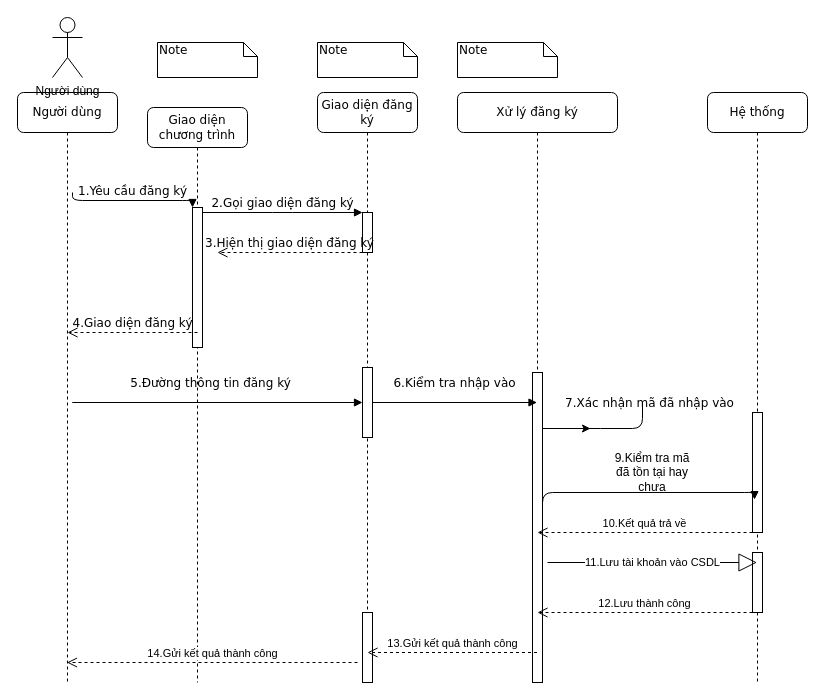
This is Untitled Diagram.drawio from nguyennhung520/Nhung, a draw.io file, before an edit. Source tidied: cells renumbered, new cells numbered last; positions are measured from the earlier drawing's top-left corner, leaving out a move shared by most shapes. Both pictures are drawn from the tidied source at 100%, with x=0, y=0 at pixel (17, 17).
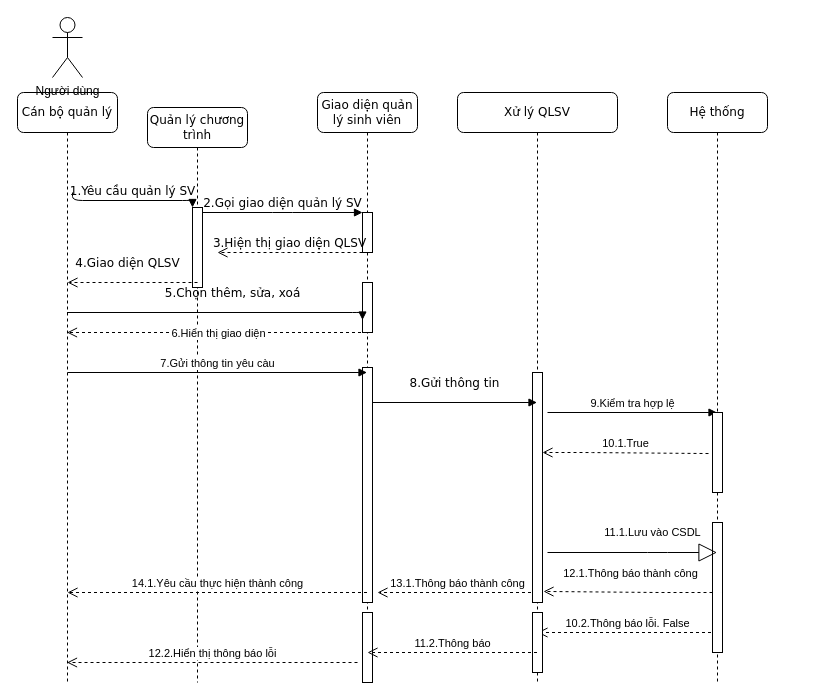
After the change.

Unchanged cells that the change refers to:
```xml
<mxCell id="5" style="html=1;points=[];perimeter=orthogonalPerimeter;rounded=0;shadow=0;comic=0;labelBackgroundColor=none;strokeWidth=1;fontFamily=Verdana;fontSize=12;align=center;" parent="4" vertex="1">
  <mxGeometry x="45" y="120" width="10" height="40" as="geometry" />
</mxCell>
```

Diff of the diagram source:
```diff
@@
-    <mxCell id="2" value="Giao diện chương trình" style="shape=umlLifeline;perimeter=lifelinePerimeter;whiteSpace=wrap;html=1;outlineConnect=0;rounded=1;shadow=0;comic=0;labelBackgroundColor=none;strokeWidth=1;fontFamily=Verdana;fontSize=12;align=center;" parent="1" vertex="1">
+    <mxCell id="2" value="Quản lý chương trình" style="shape=umlLifeline;perimeter=lifelinePerimeter;whiteSpace=wrap;html=1;outlineConnect=0;rounded=1;shadow=0;comic=0;labelBackgroundColor=none;strokeWidth=1;fontFamily=Verdana;fontSize=12;align=center;" parent="1" vertex="1">
       <mxGeometry x="130" y="90" width="100" height="575" as="geometry" />
     </mxCell>
     <mxCell id="3" style="html=1;points=[];perimeter=orthogonalPerimeter;rounded=0;shadow=0;comic=0;labelBackgroundColor=none;strokeWidth=1;fontFamily=Verdana;fontSize=12;align=center;" parent="2" vertex="1">
-      <mxGeometry x="45" y="100" width="10" height="140" as="geometry" />
+      <mxGeometry x="45" y="100" width="10" height="80" as="geometry" />
     </mxCell>
-    <mxCell id="4" value="Giao diện đăng ký" style="shape=umlLifeline;perimeter=lifelinePerimeter;whiteSpace=wrap;html=1;outlineConnect=0;rounded=1;shadow=0;comic=0;labelBackgroundColor=none;strokeWidth=1;fontFamily=Verdana;fontSize=12;align=center;" parent="1" vertex="1">
+    <mxCell id="4" value="Giao diện quản lý sinh viên" style="shape=umlLifeline;perimeter=lifelinePerimeter;whiteSpace=wrap;html=1;outlineConnect=0;rounded=1;shadow=0;comic=0;labelBackgroundColor=none;strokeWidth=1;fontFamily=Verdana;fontSize=12;align=center;" parent="1" vertex="1">
       <mxGeometry x="300" y="75" width="100" height="590" as="geometry" />
     </mxCell>
@@
     <mxCell id="6" style="html=1;points=[];perimeter=orthogonalPerimeter;rounded=0;shadow=0;comic=0;labelBackgroundColor=none;strokeWidth=1;fontFamily=Verdana;fontSize=12;align=center;" parent="4" vertex="1">
-      <mxGeometry x="45" y="275" width="10" height="70" as="geometry" />
+      <mxGeometry x="45" y="275" width="10" height="235" as="geometry" />
     </mxCell>
@@
+    <mxCell id="32" style="html=1;points=[];perimeter=orthogonalPerimeter;rounded=0;shadow=0;comic=0;labelBackgroundColor=none;strokeWidth=1;fontFamily=Verdana;fontSize=12;align=center;" parent="4" vertex="1">
+      <mxGeometry x="45" y="190" width="10" height="50" as="geometry" />
+    </mxCell>
+    <mxCell id="33" value="13.1.Thông báo thành công" style="html=1;verticalAlign=bottom;endArrow=open;dashed=1;endSize=8;" parent="4" edge="1" source="8">
+      <mxGeometry relative="1" as="geometry">
+        <mxPoint x="60" y="500" as="targetPoint" />
+      </mxGeometry>
+    </mxCell>
-    <mxCell id="8" value="Xử lý đăng ký" style="shape=umlLifeline;perimeter=lifelinePerimeter;whiteSpace=wrap;html=1;outlineConnect=0;rounded=1;shadow=0;comic=0;labelBackgroundColor=none;strokeWidth=1;fontFamily=Verdana;fontSize=12;align=center;" parent="1" vertex="1">
+    <mxCell id="8" value="Xử lý QLSV" style="shape=umlLifeline;perimeter=lifelinePerimeter;whiteSpace=wrap;html=1;outlineConnect=0;rounded=1;shadow=0;comic=0;labelBackgroundColor=none;strokeWidth=1;fontFamily=Verdana;fontSize=12;align=center;" parent="1" vertex="1">
       <mxGeometry x="440" y="75" width="160" height="590" as="geometry" />
     </mxCell>
     <mxCell id="9" style="html=1;points=[];perimeter=orthogonalPerimeter;rounded=0;shadow=0;comic=0;labelBackgroundColor=none;strokeWidth=1;fontFamily=Verdana;fontSize=12;align=center;" parent="8" vertex="1">
-      <mxGeometry x="75" y="280" width="10" height="310" as="geometry" />
+      <mxGeometry x="75" y="280" width="10" height="230" as="geometry" />
     </mxCell>
-    <mxCell id="10" value="10.Kết quả trả về" style="html=1;verticalAlign=bottom;endArrow=open;dashed=1;endSize=8;" parent="8" edge="1" source="12">
-      <mxGeometry relative="1" as="geometry">
-        <mxPoint x="80" y="440" as="targetPoint" />
-      </mxGeometry>
-    </mxCell>
+    <mxCell id="34" value="9.Kiểm tra hợp lệ" style="html=1;verticalAlign=bottom;endArrow=block;" parent="8" edge="1" target="11">
+      <mxGeometry relative="1" as="geometry">
+        <mxPoint x="90" y="320" as="sourcePoint" />
+      </mxGeometry>
+    </mxCell>
+    <mxCell id="35" value="10.2.Thông báo lỗi. False" style="html=1;verticalAlign=bottom;endArrow=open;dashed=1;endSize=8;" parent="8" edge="1" source="11">
+      <mxGeometry relative="1" as="geometry">
+        <mxPoint x="80" y="540" as="targetPoint" />
+      </mxGeometry>
+    </mxCell>
+    <mxCell id="36" style="html=1;perimeter=orthogonalPerimeter;rounded=0;shadow=0;comic=0;labelBackgroundColor=none;strokeWidth=1;fontFamily=Verdana;fontSize=12;align=center;" parent="8" vertex="1">
+      <mxGeometry x="75" y="520" width="10" height="60" as="geometry" />
+    </mxCell>
     <mxCell id="11" value="Hệ thống" style="shape=umlLifeline;perimeter=lifelinePerimeter;whiteSpace=wrap;html=1;outlineConnect=0;rounded=1;shadow=0;comic=0;labelBackgroundColor=none;strokeWidth=1;fontFamily=Verdana;fontSize=12;align=center;" parent="1" vertex="1">
-      <mxGeometry x="690" y="75" width="100" height="590" as="geometry" />
+      <mxGeometry x="650" y="75" width="100" height="590" as="geometry" />
     </mxCell>
     <mxCell id="12" style="html=1;points=[];perimeter=orthogonalPerimeter;rounded=0;shadow=0;comic=0;labelBackgroundColor=none;strokeWidth=1;fontFamily=Verdana;fontSize=12;align=center;" parent="11" vertex="1">
-      <mxGeometry x="45" y="320" width="10" height="120" as="geometry" />
+      <mxGeometry x="45" y="320" width="10" height="80" as="geometry" />
     </mxCell>
+    <mxCell id="28" style="html=1;points=[];perimeter=orthogonalPerimeter;rounded=0;shadow=0;comic=0;labelBackgroundColor=none;strokeWidth=1;fontFamily=Verdana;fontSize=12;align=center;" parent="11" vertex="1">
+      <mxGeometry x="45" y="430" width="10" height="130" as="geometry" />
+    </mxCell>
-    <mxCell id="13" value="Người dùng" style="shape=umlLifeline;perimeter=lifelinePerimeter;whiteSpace=wrap;html=1;outlineConnect=0;rounded=1;shadow=0;comic=0;labelBackgroundColor=none;strokeWidth=1;fontFamily=Verdana;fontSize=12;align=center;" parent="1" vertex="1">
+    <mxCell id="13" value="Cán bộ quản lý" style="shape=umlLifeline;perimeter=lifelinePerimeter;whiteSpace=wrap;html=1;outlineConnect=0;rounded=1;shadow=0;comic=0;labelBackgroundColor=none;strokeWidth=1;fontFamily=Verdana;fontSize=12;align=center;" parent="1" vertex="1">
       <mxGeometry y="75" width="100" height="590" as="geometry" />
     </mxCell>
-    <mxCell id="14" value="14.Gửi kết quả thành công" style="html=1;verticalAlign=bottom;endArrow=open;dashed=1;endSize=8;" parent="13" edge="1" target="13">
+    <mxCell id="14" value="12.2.Hiển thị thông báo lỗi" style="html=1;verticalAlign=bottom;endArrow=open;dashed=1;endSize=8;" parent="13" edge="1" target="13">
       <mxGeometry relative="1" as="geometry">
         <mxPoint x="340" y="570" as="sourcePoint" />
       </mxGeometry>
     </mxCell>
-    <mxCell id="15" value="7.Xác nhận mã đã nhập vào" style="html=1;verticalAlign=bottom;endArrow=block;labelBackgroundColor=none;fontFamily=Verdana;fontSize=12;edgeStyle=elbowEdgeStyle;elbow=vertical;exitX=1;exitY=0.501;exitDx=0;exitDy=0;exitPerimeter=0;entryX=0.47;entryY=0.69;entryDx=0;entryDy=0;entryPerimeter=0;" parent="1" edge="1" source="9" target="11">
-      <mxGeometry x="0.12" y="80" relative="1" as="geometry">
-        <Array as="points">
-          <mxPoint x="520" y="475" />
-        </Array>
-      </mxGeometry>
-    </mxCell>
+    <mxCell id="37" value="7.Gửi thông tin yêu càu" style="html=1;verticalAlign=bottom;endArrow=block;" parent="13" edge="1" target="4">
+      <mxGeometry relative="1" as="geometry">
+        <mxPoint x="50" y="280" as="sourcePoint" />
+      </mxGeometry>
+    </mxCell>
+    <mxCell id="38" value="14.1.Yêu cầu thực hiện thành công" style="html=1;verticalAlign=bottom;endArrow=open;dashed=1;endSize=8;" parent="13" edge="1" source="4">
+      <mxGeometry relative="1" as="geometry">
+        <mxPoint x="50" y="500" as="targetPoint" />
+      </mxGeometry>
+    </mxCell>
-    <mxCell id="16" value="1.Yêu cầu đăng ký" style="html=1;verticalAlign=bottom;endArrow=block;entryX=0;entryY=0;labelBackgroundColor=none;fontFamily=Verdana;fontSize=12;edgeStyle=elbowEdgeStyle;elbow=vertical;" parent="1" edge="1" target="3">
+    <mxCell id="16" value="1.Yêu cầu quản lý SV" style="html=1;verticalAlign=bottom;endArrow=block;entryX=0;entryY=0;labelBackgroundColor=none;fontFamily=Verdana;fontSize=12;edgeStyle=elbowEdgeStyle;elbow=vertical;" parent="1" edge="1" target="3">
       <mxGeometry relative="1" as="geometry">
         <mxPoint x="55" y="175" as="sourcePoint" />
       </mxGeometry>
     </mxCell>
-    <mxCell id="17" value="2.Gọi giao diện đăng ký" style="html=1;verticalAlign=bottom;endArrow=block;entryX=0;entryY=0;labelBackgroundColor=none;fontFamily=Verdana;fontSize=12;edgeStyle=elbowEdgeStyle;elbow=vertical;" parent="1" edge="1" source="3" target="5">
+    <mxCell id="17" value="2.Gọi giao diện quản lý SV" style="html=1;verticalAlign=bottom;endArrow=block;entryX=0;entryY=0;labelBackgroundColor=none;fontFamily=Verdana;fontSize=12;edgeStyle=elbowEdgeStyle;elbow=vertical;" parent="1" edge="1" source="3" target="5">
       <mxGeometry relative="1" as="geometry" />
     </mxCell>
-    <mxCell id="18" value="Note" style="shape=note;whiteSpace=wrap;html=1;size=14;verticalAlign=top;align=left;spacingTop=-6;rounded=0;shadow=0;comic=0;labelBackgroundColor=none;strokeWidth=1;fontFamily=Verdana;fontSize=12;" parent="1" vertex="1">
-      <mxGeometry x="140" y="25" width="100" height="35" as="geometry" />
-    </mxCell>
-    <mxCell id="19" value="Note" style="shape=note;whiteSpace=wrap;html=1;size=14;verticalAlign=top;align=left;spacingTop=-6;rounded=0;shadow=0;comic=0;labelBackgroundColor=none;strokeWidth=1;fontFamily=Verdana;fontSize=12;" parent="1" vertex="1">
-      <mxGeometry x="300" y="25" width="100" height="35" as="geometry" />
-    </mxCell>
-    <mxCell id="20" value="Note" style="shape=note;whiteSpace=wrap;html=1;size=14;verticalAlign=top;align=left;spacingTop=-6;rounded=0;shadow=0;comic=0;labelBackgroundColor=none;strokeWidth=1;fontFamily=Verdana;fontSize=12;" parent="1" vertex="1">
-      <mxGeometry x="440" y="25" width="100" height="35" as="geometry" />
-    </mxCell>
@@
-    <mxCell id="22" value="3.Hiện thị giao diện đăng ký" style="html=1;verticalAlign=bottom;endArrow=open;dashed=1;endSize=8;labelBackgroundColor=none;fontFamily=Verdana;fontSize=12;edgeStyle=elbowEdgeStyle;elbow=vertical;" parent="1" edge="1" source="5">
+    <mxCell id="22" value="3.Hiện thị giao diện QLSV" style="html=1;verticalAlign=bottom;endArrow=open;dashed=1;endSize=8;labelBackgroundColor=none;fontFamily=Verdana;fontSize=12;edgeStyle=elbowEdgeStyle;elbow=vertical;" parent="1" edge="1" source="5">
       <mxGeometry relative="1" as="geometry">
         <mxPoint x="200" y="235" as="targetPoint" />
         <Array as="points">
           <mxPoint x="275" y="235" />
           <mxPoint x="305" y="235" />
         </Array>
       </mxGeometry>
     </mxCell>
-    <mxCell id="23" value="4.Giao diện đăng ký" style="html=1;verticalAlign=bottom;endArrow=open;dashed=1;endSize=8;labelBackgroundColor=none;fontFamily=Verdana;fontSize=12;edgeStyle=elbowEdgeStyle;elbow=vertical;" parent="1" edge="1">
-      <mxGeometry relative="1" as="geometry">
-        <mxPoint x="180" y="315" as="sourcePoint" />
-        <mxPoint x="50" y="315" as="targetPoint" />
+    <mxCell id="23" value="4.Giao diện QLSV" style="html=1;verticalAlign=bottom;endArrow=open;dashed=1;endSize=8;labelBackgroundColor=none;fontFamily=Verdana;fontSize=12;edgeStyle=elbowEdgeStyle;elbow=vertical;" parent="1" edge="1">
+      <mxGeometry x="0.08" y="-10" relative="1" as="geometry">
+        <mxPoint x="180" y="265" as="sourcePoint" />
+        <mxPoint x="50" y="265" as="targetPoint" />
         <Array as="points">
-          <mxPoint x="125" y="315" />
-          <mxPoint x="155" y="315" />
+          <mxPoint x="125" y="265" />
+          <mxPoint x="155" y="265" />
         </Array>
       </mxGeometry>
     </mxCell>
-    <mxCell id="24" value="5.Đường thông tin đăng ký" style="html=1;verticalAlign=bottom;endArrow=block;labelBackgroundColor=none;fontFamily=Verdana;fontSize=12;edgeStyle=elbowEdgeStyle;elbow=vertical;" parent="1" edge="1" source="2" target="6">
-      <mxGeometry x="0.28" y="10" relative="1" as="geometry">
+    <mxCell id="24" value="5.Chọn thêm, sửa, xoá" style="html=1;verticalAlign=bottom;endArrow=block;labelBackgroundColor=none;fontFamily=Verdana;fontSize=12;edgeStyle=elbowEdgeStyle;elbow=vertical;entryX=0;entryY=0.75;entryDx=0;entryDy=0;entryPerimeter=0;" parent="1" edge="1" source="13" target="32">
+      <mxGeometry x="0.09" y="10" relative="1" as="geometry">
         <Array as="points">
+          <mxPoint x="250" y="295" />
           <mxPoint x="50" y="385" />
         </Array>
       </mxGeometry>
     </mxCell>
-    <mxCell id="25" value="6.Kiểm tra nhập vào" style="html=1;verticalAlign=bottom;endArrow=block;labelBackgroundColor=none;fontFamily=Verdana;fontSize=12;edgeStyle=elbowEdgeStyle;elbow=vertical;" parent="1" edge="1" target="8">
+    <mxCell id="25" value="8.Gửi thông tin" style="html=1;verticalAlign=bottom;endArrow=block;labelBackgroundColor=none;fontFamily=Verdana;fontSize=12;edgeStyle=elbowEdgeStyle;elbow=vertical;" parent="1" edge="1" target="8">
       <mxGeometry y="10" relative="1" as="geometry">
         <mxPoint x="355" y="385" as="sourcePoint" />
       </mxGeometry>
     </mxCell>
-    <mxCell id="26" style="endArrow=classic;html=1;exitX=0.4;exitY=1.2;exitDx=0;exitDy=0;exitPerimeter=0;" parent="1" edge="1">
-      <mxGeometry relative="1" as="geometry">
-        <mxPoint x="625" y="385" as="sourcePoint" />
-        <mxPoint x="573" y="411" as="targetPoint" />
-        <Array as="points">
-          <mxPoint x="625" y="411" />
-          <mxPoint x="573" y="411" />
-          <mxPoint x="520" y="411" />
-        </Array>
-      </mxGeometry>
-    </mxCell>
-    <mxCell id="27" value="9.Kiểm tra mã đã tồn tại hay chưa" style="text;html=1;strokeColor=none;fillColor=none;align=center;verticalAlign=middle;whiteSpace=wrap;rounded=0;" parent="1" vertex="1">
-      <mxGeometry x="590" y="445" width="90" height="20" as="geometry" />
-    </mxCell>
-    <mxCell id="28" style="html=1;points=[];perimeter=orthogonalPerimeter;rounded=0;shadow=0;comic=0;labelBackgroundColor=none;strokeWidth=1;fontFamily=Verdana;fontSize=12;align=center;" parent="1" vertex="1">
-      <mxGeometry x="735" y="535" width="10" height="60" as="geometry" />
-    </mxCell>
-    <mxCell id="29" value="11.Lưu tài khoản vào CSDL" style="endArrow=block;endSize=16;endFill=0;html=1;" parent="1" edge="1" target="11">
-      <mxGeometry relative="1" as="geometry">
-        <mxPoint x="530" y="545" as="sourcePoint" />
+    <mxCell id="29" value="11.1.Lưu vào CSDL" style="endArrow=block;endSize=16;endFill=0;html=1;" parent="1" edge="1" target="11">
+      <mxGeometry x="0.24" y="20" relative="1" as="geometry">
+        <mxPoint x="530" y="535" as="sourcePoint" />
+        <Array as="points">
+          <mxPoint x="640" y="535" />
+        </Array>
       </mxGeometry>
     </mxCell>
-    <mxCell id="30" value="12.Lưu thành công" style="html=1;verticalAlign=bottom;endArrow=open;dashed=1;endSize=8;" parent="1" edge="1" source="28">
-      <mxGeometry relative="1" as="geometry">
-        <mxPoint x="520" y="595" as="targetPoint" />
+    <mxCell id="30" value="12.1.Thông báo thành công" style="html=1;verticalAlign=bottom;endArrow=open;dashed=1;endSize=8;entryX=1.1;entryY=0.952;entryDx=0;entryDy=0;entryPerimeter=0;" parent="1" edge="1" source="28" target="9">
+      <mxGeometry x="-0.03" y="-10" relative="1" as="geometry">
+        <Array as="points">
+          <mxPoint x="640" y="575" />
+        </Array>
       </mxGeometry>
     </mxCell>
-    <mxCell id="31" value="13.Gửi kết quả thành công" style="html=1;verticalAlign=bottom;endArrow=open;dashed=1;endSize=8;" parent="1" edge="1" source="8">
+    <mxCell id="31" value="11.2.Thông báo" style="html=1;verticalAlign=bottom;endArrow=open;dashed=1;endSize=8;" parent="1" edge="1" source="8">
       <mxGeometry relative="1" as="geometry">
         <mxPoint x="350" y="635" as="targetPoint" />
       </mxGeometry>
     </mxCell>
+    <mxCell id="39" value="6.Hiển thị giao diện" style="html=1;verticalAlign=bottom;endArrow=open;dashed=1;endSize=8;" parent="1" edge="1" source="4" target="13">
+      <mxGeometry y="10" relative="1" as="geometry">
+        <Array as="points">
+          <mxPoint x="220" y="315" />
+        </Array>
+        <mxPoint x="1" as="offset" />
+      </mxGeometry>
+    </mxCell>
+    <mxCell id="40" value="10.1.True" style="html=1;verticalAlign=bottom;endArrow=open;dashed=1;endSize=8;exitX=-0.4;exitY=0.513;exitDx=0;exitDy=0;exitPerimeter=0;" parent="1" edge="1" source="12">
+      <mxGeometry relative="1" as="geometry">
+        <mxPoint x="525" y="435" as="targetPoint" />
+        <Array as="points">
+          <mxPoint x="565" y="435" />
+        </Array>
+      </mxGeometry>
+    </mxCell>
```
